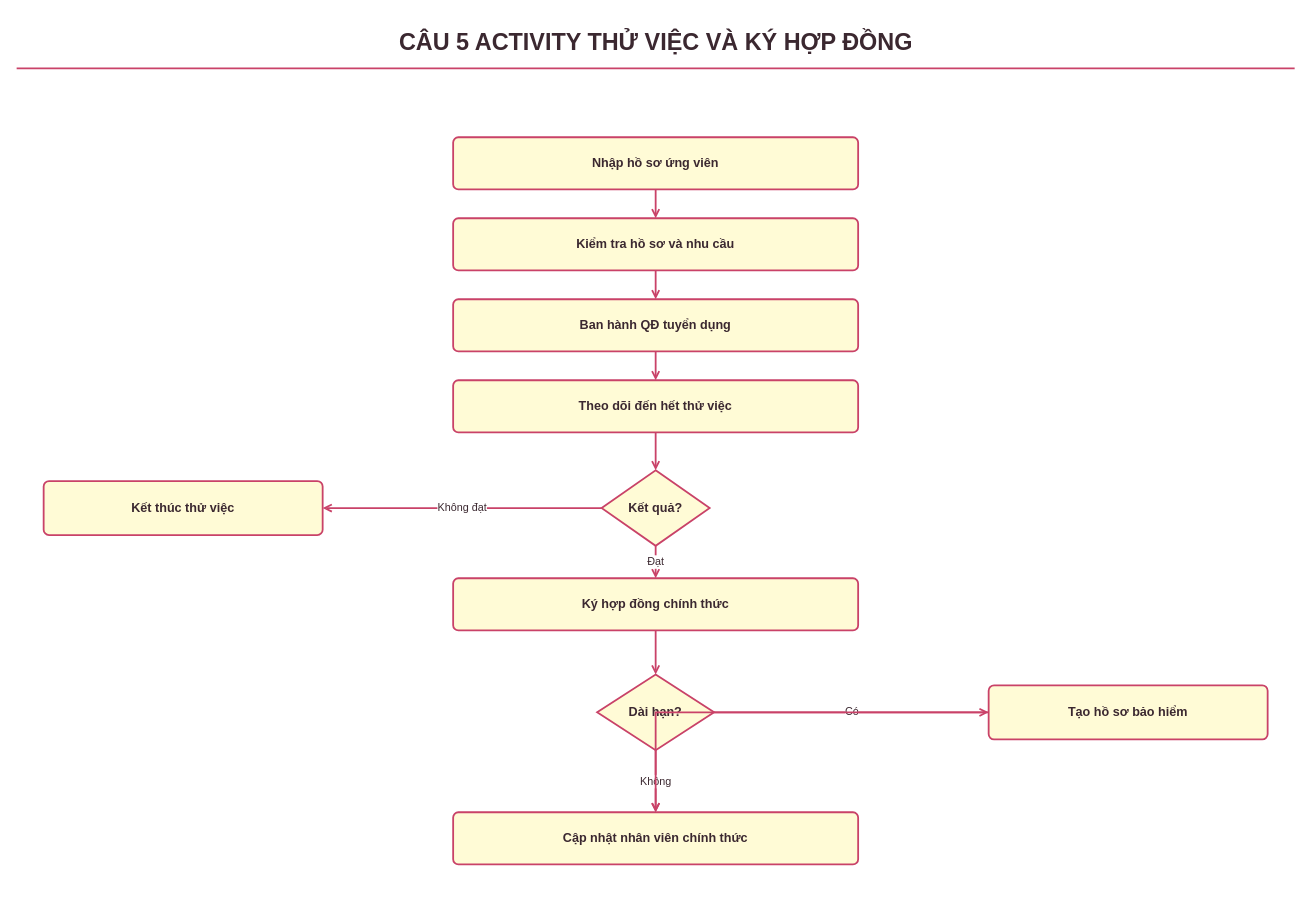
Above: page "Câu 5 Activity Thử Việc Và Ký Hợp Đồng" (5 of 8) of LAB_AT_OOSD/LAB07/thietke/PhamMinhGiang-12DHCNPM1-LAB07.drawio in 1250080044-PhamMinhGiang-12DHCNPM1/OOP-Lab (draw.io), before the change. Source tidied: cells renumbered, new cells numbered last; positions are measured from the earlier drawing's top-left corner, leaving out a move shared by most shapes. Both pictures are drawn from the tidied source at 90%, with x=0, y=0 at pixel (16, 15).
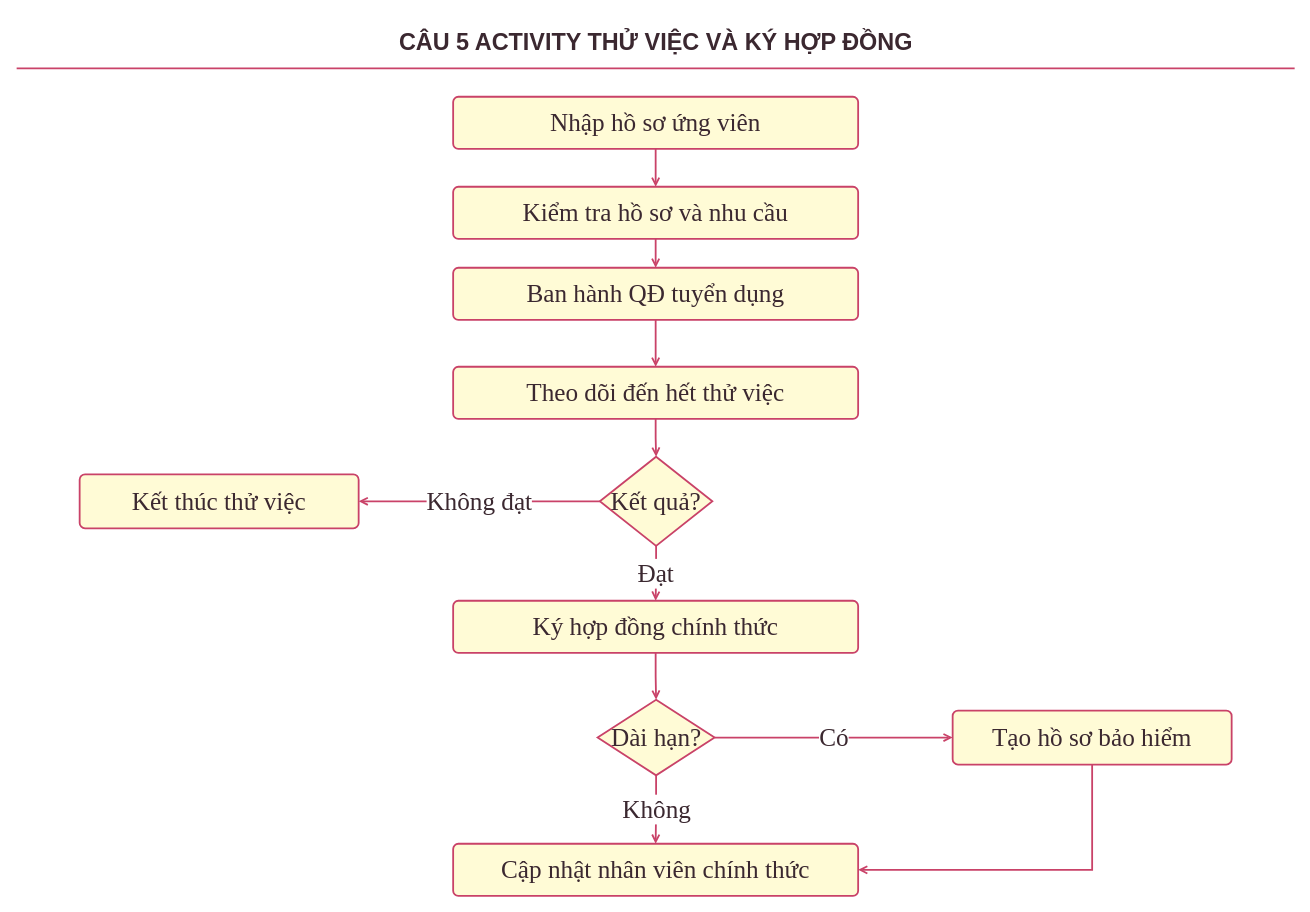
The same page after the edit.

What changed in the source:
```diff
@@
-    <mxCell id="4" value="Nhập hồ sơ ứng viên" style="rounded=1;arcSize=10;whiteSpace=wrap;html=1;fontColor=#3B2830;strokeColor=#C94268;strokeWidth=2;fillColor=#FFFBD6;fontSize=14;align=center;verticalAlign=middle;fontStyle=1;" parent="1" vertex="1">
-      <mxGeometry x="485" y="135" width="450" height="58" as="geometry" />
+    <mxCell id="4" value="Nhập hồ sơ ứng viên" style="rounded=1;arcSize=10;whiteSpace=wrap;html=1;fontColor=#3B2830;strokeColor=#C94268;strokeWidth=2;fillColor=#FFFBD6;fontSize=28;align=center;verticalAlign=middle;fontStyle=0;fontFamily=Times New Roman;" parent="1" vertex="1">
+      <mxGeometry x="485" y="90" width="450" height="58" as="geometry" />
     </mxCell>
-    <mxCell id="5" value="Kiểm tra hồ sơ và nhu cầu" style="rounded=1;arcSize=10;whiteSpace=wrap;html=1;fontColor=#3B2830;strokeColor=#C94268;strokeWidth=2;fillColor=#FFFBD6;fontSize=14;align=center;verticalAlign=middle;fontStyle=1;" parent="1" vertex="1">
-      <mxGeometry x="485" y="225" width="450" height="58" as="geometry" />
+    <mxCell id="5" value="Kiểm tra hồ sơ và nhu cầu" style="rounded=1;arcSize=10;whiteSpace=wrap;html=1;fontColor=#3B2830;strokeColor=#C94268;strokeWidth=2;fillColor=#FFFBD6;fontSize=28;align=center;verticalAlign=middle;fontStyle=0;fontFamily=Times New Roman;" parent="1" vertex="1">
+      <mxGeometry x="485" y="190" width="450" height="58" as="geometry" />
     </mxCell>
-    <mxCell id="6" value="Ban hành QĐ tuyển dụng" style="rounded=1;arcSize=10;whiteSpace=wrap;html=1;fontColor=#3B2830;strokeColor=#C94268;strokeWidth=2;fillColor=#FFFBD6;fontSize=14;align=center;verticalAlign=middle;fontStyle=1;" parent="1" vertex="1">
-      <mxGeometry x="485" y="315" width="450" height="58" as="geometry" />
+    <mxCell id="6" value="Ban hành QĐ tuyển dụng" style="rounded=1;arcSize=10;whiteSpace=wrap;html=1;fontColor=#3B2830;strokeColor=#C94268;strokeWidth=2;fillColor=#FFFBD6;fontSize=28;align=center;verticalAlign=middle;fontStyle=0;fontFamily=Times New Roman;" parent="1" vertex="1">
+      <mxGeometry x="485" y="280" width="450" height="58" as="geometry" />
     </mxCell>
-    <mxCell id="7" value="Theo dõi đến hết thử việc" style="rounded=1;arcSize=10;whiteSpace=wrap;html=1;fontColor=#3B2830;strokeColor=#C94268;strokeWidth=2;fillColor=#FFFBD6;fontSize=14;align=center;verticalAlign=middle;fontStyle=1;" parent="1" vertex="1">
-      <mxGeometry x="485" y="405" width="450" height="58" as="geometry" />
+    <mxCell id="7" value="Theo dõi đến hết thử việc" style="rounded=1;arcSize=10;whiteSpace=wrap;html=1;fontColor=#3B2830;strokeColor=#C94268;strokeWidth=2;fillColor=#FFFBD6;fontSize=28;align=center;verticalAlign=middle;fontStyle=0;fontFamily=Times New Roman;" parent="1" vertex="1">
+      <mxGeometry x="485" y="390" width="450" height="58" as="geometry" />
     </mxCell>
-    <mxCell id="8" value="Kết quả?" style="rhombus;whiteSpace=wrap;html=1;fontColor=#3B2830;strokeColor=#C94268;strokeWidth=2;fillColor=#FFFBD6;fontSize=14;align=center;verticalAlign=middle;fontStyle=1;" parent="1" vertex="1">
-      <mxGeometry x="650" y="505" width="120" height="84" as="geometry" />
+    <mxCell id="8" value="Kết quả?" style="rhombus;whiteSpace=wrap;html=1;fontColor=#3B2830;strokeColor=#C94268;strokeWidth=2;fillColor=#FFFBD6;fontSize=28;align=center;verticalAlign=middle;fontStyle=0;fontFamily=Times New Roman;" parent="1" vertex="1">
+      <mxGeometry x="648" y="490" width="125" height="99" as="geometry" />
     </mxCell>
-    <mxCell id="9" value="Kết thúc thử việc" style="rounded=1;arcSize=10;whiteSpace=wrap;html=1;fontColor=#3B2830;strokeColor=#C94268;strokeWidth=2;fillColor=#FFFBD6;fontSize=14;align=center;verticalAlign=middle;fontStyle=1;" parent="1" vertex="1">
-      <mxGeometry x="30" y="517" width="310" height="60" as="geometry" />
+    <mxCell id="9" value="Kết thúc thử việc" style="rounded=1;arcSize=10;whiteSpace=wrap;html=1;fontColor=#3B2830;strokeColor=#C94268;strokeWidth=2;fillColor=#FFFBD6;fontSize=28;align=center;verticalAlign=middle;fontStyle=0;fontFamily=Times New Roman;" parent="1" vertex="1">
+      <mxGeometry x="70" y="509.5" width="310" height="60" as="geometry" />
     </mxCell>
-    <mxCell id="10" value="Ký hợp đồng chính thức" style="rounded=1;arcSize=10;whiteSpace=wrap;html=1;fontColor=#3B2830;strokeColor=#C94268;strokeWidth=2;fillColor=#FFFBD6;fontSize=14;align=center;verticalAlign=middle;fontStyle=1;" parent="1" vertex="1">
-      <mxGeometry x="485" y="625" width="450" height="58" as="geometry" />
+    <mxCell id="10" value="Ký hợp đồng chính thức" style="rounded=1;arcSize=10;whiteSpace=wrap;html=1;fontColor=#3B2830;strokeColor=#C94268;strokeWidth=2;fillColor=#FFFBD6;fontSize=28;align=center;verticalAlign=middle;fontStyle=0;fontFamily=Times New Roman;" parent="1" vertex="1">
+      <mxGeometry x="485" y="650" width="450" height="58" as="geometry" />
     </mxCell>
-    <mxCell id="11" value="Dài hạn?" style="rhombus;whiteSpace=wrap;html=1;fontColor=#3B2830;strokeColor=#C94268;strokeWidth=2;fillColor=#FFFBD6;fontSize=14;align=center;verticalAlign=middle;fontStyle=1;" parent="1" vertex="1">
-      <mxGeometry x="645" y="732" width="130" height="84" as="geometry" />
+    <mxCell id="11" value="Dài hạn?" style="rhombus;whiteSpace=wrap;html=1;fontColor=#3B2830;strokeColor=#C94268;strokeWidth=2;fillColor=#FFFBD6;fontSize=28;align=center;verticalAlign=middle;fontStyle=0;fontFamily=Times New Roman;" parent="1" vertex="1">
+      <mxGeometry x="645.5" y="760" width="130" height="84" as="geometry" />
     </mxCell>
-    <mxCell id="12" value="Tạo hồ sơ bảo hiểm" style="rounded=1;arcSize=10;whiteSpace=wrap;html=1;fontColor=#3B2830;strokeColor=#C94268;strokeWidth=2;fillColor=#FFFBD6;fontSize=14;align=center;verticalAlign=middle;fontStyle=1;" parent="1" vertex="1">
-      <mxGeometry x="1080" y="744" width="310" height="60" as="geometry" />
+    <mxCell id="12" value="Tạo hồ sơ bảo hiểm" style="rounded=1;arcSize=10;whiteSpace=wrap;html=1;fontColor=#3B2830;strokeColor=#C94268;strokeWidth=2;fillColor=#FFFBD6;fontSize=28;align=center;verticalAlign=middle;fontStyle=0;fontFamily=Times New Roman;" parent="1" vertex="1">
+      <mxGeometry x="1040" y="772" width="310" height="60" as="geometry" />
     </mxCell>
-    <mxCell id="13" value="Cập nhật nhân viên chính thức" style="rounded=1;arcSize=10;whiteSpace=wrap;html=1;fontColor=#3B2830;strokeColor=#C94268;strokeWidth=2;fillColor=#FFFBD6;fontSize=14;align=center;verticalAlign=middle;fontStyle=1;" parent="1" vertex="1">
-      <mxGeometry x="485" y="885" width="450" height="58" as="geometry" />
+    <mxCell id="13" value="Cập nhật nhân viên chính thức" style="rounded=1;arcSize=10;whiteSpace=wrap;html=1;fontColor=#3B2830;strokeColor=#C94268;strokeWidth=2;fillColor=#FFFBD6;fontSize=28;align=center;verticalAlign=middle;fontStyle=0;fontFamily=Times New Roman;" parent="1" vertex="1">
+      <mxGeometry x="485" y="920" width="450" height="58" as="geometry" />
     </mxCell>
-    <mxCell id="14" style="edgeStyle=orthogonalEdgeStyle;rounded=0;html=1;strokeColor=#C94268;strokeWidth=2;endArrow=open;endFill=0;fontColor=#3B2830;fontSize=12;dashed=0;" parent="1" edge="1" source="4" target="5">
+    <mxCell id="14" style="edgeStyle=orthogonalEdgeStyle;rounded=0;html=1;strokeColor=#C94268;strokeWidth=2;endArrow=open;endFill=0;fontColor=#3B2830;fontSize=28;dashed=0;fontFamily=Times New Roman;fontStyle=0;" parent="1" edge="1" source="4" target="5">
       <mxGeometry relative="1" as="geometry" />
     </mxCell>
-    <mxCell id="15" style="edgeStyle=orthogonalEdgeStyle;rounded=0;html=1;strokeColor=#C94268;strokeWidth=2;endArrow=open;endFill=0;fontColor=#3B2830;fontSize=12;dashed=0;" parent="1" edge="1" source="5" target="6">
+    <mxCell id="15" style="edgeStyle=orthogonalEdgeStyle;rounded=0;html=1;strokeColor=#C94268;strokeWidth=2;endArrow=open;endFill=0;fontColor=#3B2830;fontSize=28;dashed=0;fontFamily=Times New Roman;fontStyle=0;" parent="1" edge="1" source="5" target="6">
       <mxGeometry relative="1" as="geometry" />
     </mxCell>
-    <mxCell id="16" style="edgeStyle=orthogonalEdgeStyle;rounded=0;html=1;strokeColor=#C94268;strokeWidth=2;endArrow=open;endFill=0;fontColor=#3B2830;fontSize=12;dashed=0;" parent="1" edge="1" source="6" target="7">
+    <mxCell id="16" style="edgeStyle=orthogonalEdgeStyle;rounded=0;html=1;strokeColor=#C94268;strokeWidth=2;endArrow=open;endFill=0;fontColor=#3B2830;fontSize=28;dashed=0;fontFamily=Times New Roman;fontStyle=0;" parent="1" edge="1" source="6" target="7">
       <mxGeometry relative="1" as="geometry" />
     </mxCell>
-    <mxCell id="17" style="edgeStyle=orthogonalEdgeStyle;rounded=0;html=1;strokeColor=#C94268;strokeWidth=2;endArrow=open;endFill=0;fontColor=#3B2830;fontSize=12;dashed=0;" parent="1" edge="1" source="7" target="8">
+    <mxCell id="17" style="edgeStyle=orthogonalEdgeStyle;rounded=0;html=1;strokeColor=#C94268;strokeWidth=2;endArrow=open;endFill=0;fontColor=#3B2830;fontSize=28;dashed=0;fontFamily=Times New Roman;fontStyle=0;" parent="1" edge="1" source="7" target="8">
       <mxGeometry relative="1" as="geometry" />
     </mxCell>
-    <mxCell id="18" value="Không đạt" style="edgeStyle=orthogonalEdgeStyle;rounded=0;html=1;strokeColor=#C94268;strokeWidth=2;endArrow=open;endFill=0;fontColor=#3B2830;fontSize=12;dashed=0;" parent="1" edge="1" source="8" target="9">
+    <mxCell id="18" value="Không đạt" style="edgeStyle=orthogonalEdgeStyle;rounded=0;html=1;strokeColor=#C94268;strokeWidth=2;endArrow=open;endFill=0;fontColor=#3B2830;fontSize=28;dashed=0;fontFamily=Times New Roman;fontStyle=0;" parent="1" edge="1" source="8" target="9">
       <mxGeometry relative="1" as="geometry" />
     </mxCell>
-    <mxCell id="19" value="Đạt" style="edgeStyle=orthogonalEdgeStyle;rounded=0;html=1;strokeColor=#C94268;strokeWidth=2;endArrow=open;endFill=0;fontColor=#3B2830;fontSize=12;dashed=0;" parent="1" edge="1" source="8" target="10">
+    <mxCell id="19" value="Đạt" style="edgeStyle=orthogonalEdgeStyle;rounded=0;html=1;strokeColor=#C94268;strokeWidth=2;endArrow=open;endFill=0;fontColor=#3B2830;fontSize=28;dashed=0;fontFamily=Times New Roman;fontStyle=0;" parent="1" edge="1" source="8" target="10">
       <mxGeometry relative="1" as="geometry" />
     </mxCell>
-    <mxCell id="20" style="edgeStyle=orthogonalEdgeStyle;rounded=0;html=1;strokeColor=#C94268;strokeWidth=2;endArrow=open;endFill=0;fontColor=#3B2830;fontSize=12;dashed=0;" parent="1" edge="1" source="10" target="11">
+    <mxCell id="20" style="edgeStyle=orthogonalEdgeStyle;rounded=0;html=1;strokeColor=#C94268;strokeWidth=2;endArrow=open;endFill=0;fontColor=#3B2830;fontSize=28;dashed=0;fontFamily=Times New Roman;fontStyle=0;" parent="1" edge="1" source="10" target="11">
       <mxGeometry relative="1" as="geometry" />
     </mxCell>
-    <mxCell id="21" value="Có" style="edgeStyle=orthogonalEdgeStyle;rounded=0;html=1;strokeColor=#C94268;strokeWidth=2;endArrow=open;endFill=0;fontColor=#3B2830;fontSize=12;dashed=0;" parent="1" edge="1" source="11" target="12">
+    <mxCell id="21" value="Có" style="edgeStyle=orthogonalEdgeStyle;rounded=0;html=1;strokeColor=#C94268;strokeWidth=2;endArrow=open;endFill=0;fontColor=#3B2830;fontSize=28;dashed=0;fontFamily=Times New Roman;fontStyle=0;" parent="1" edge="1" source="11" target="12">
       <mxGeometry relative="1" as="geometry" />
     </mxCell>
-    <mxCell id="22" value="Không" style="edgeStyle=orthogonalEdgeStyle;rounded=0;html=1;strokeColor=#C94268;strokeWidth=2;endArrow=open;endFill=0;fontColor=#3B2830;fontSize=12;dashed=0;" parent="1" edge="1" source="11" target="13">
+    <mxCell id="22" value="Không" style="edgeStyle=orthogonalEdgeStyle;rounded=0;html=1;strokeColor=#C94268;strokeWidth=2;endArrow=open;endFill=0;fontColor=#3B2830;fontSize=28;dashed=0;fontFamily=Times New Roman;fontStyle=0;" parent="1" edge="1" source="11" target="13">
       <mxGeometry relative="1" as="geometry" />
     </mxCell>
-    <mxCell id="23" style="edgeStyle=orthogonalEdgeStyle;rounded=0;html=1;strokeColor=#C94268;strokeWidth=2;endArrow=open;endFill=0;fontColor=#3B2830;fontSize=12;dashed=0;" parent="1" edge="1" source="12" target="13">
+    <mxCell id="23" style="edgeStyle=orthogonalEdgeStyle;rounded=0;html=1;strokeColor=#C94268;strokeWidth=2;endArrow=open;endFill=0;fontColor=#3B2830;fontSize=28;dashed=0;fontFamily=Times New Roman;fontStyle=0;exitX=0.5;exitY=1;exitDx=0;exitDy=0;entryX=1;entryY=0.5;entryDx=0;entryDy=0;" parent="1" edge="1" source="12" target="13">
       <mxGeometry relative="1" as="geometry" />
     </mxCell>
```
